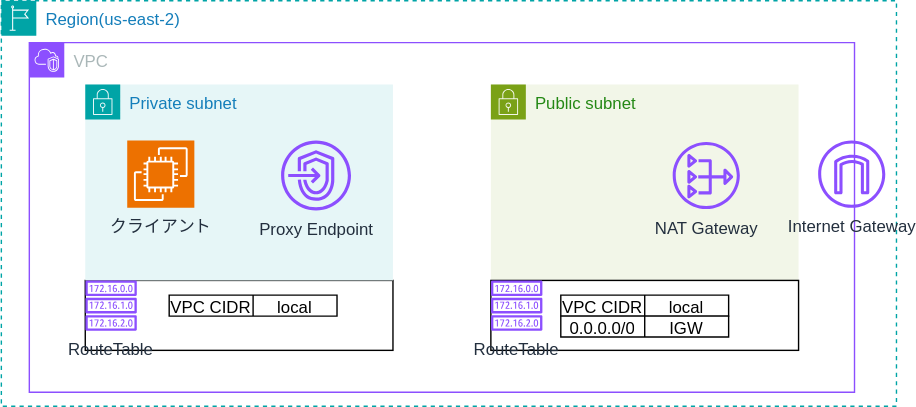
Earlier version of the draw.io export images/aws-managed-proxy/arch.drawio.svg (nnydtmg/zenn-articles). Source tidied: cells renumbered, new cells last; positions are measured from the earlier drawing's top-left corner, leaving out a move shared by most shapes. Its diagram source:
```xml
<mxGraphModel>
  <root>
    <mxCell id="0" />
    <mxCell id="1" parent="0" />
    <mxCell id="2" value="Region(us-east-2)" style="gradientColor=none;html=1;whiteSpace=wrap;fontSize=12;fontStyle=0;shape=mxgraph.aws4.group;grIcon=mxgraph.aws4.group_region;strokeColor=#00A4A6;fillColor=none;verticalAlign=top;align=left;spacingLeft=30;fontColor=#147EBA;dashed=1;" parent="1" vertex="1">
      <mxGeometry width="640" height="290" as="geometry" />
    </mxCell>
    <mxCell id="3" value="VPC" style="gradientColor=none;html=1;whiteSpace=wrap;fontSize=12;fontStyle=0;shape=mxgraph.aws4.group;grIcon=mxgraph.aws4.group_vpc2;strokeColor=#8C4FFF;fillColor=none;verticalAlign=top;align=left;spacingLeft=30;fontColor=#AAB7B8;dashed=0;" parent="1" vertex="1">
      <mxGeometry x="20" y="30" width="590" height="250" as="geometry" />
    </mxCell>
    <mxCell id="4" style="whiteSpace=wrap;html=1;" parent="3" vertex="1">
      <mxGeometry x="40" y="170" width="220" height="50" as="geometry" />
    </mxCell>
    <mxCell id="5" value="Public subnet" style="gradientColor=none;html=1;whiteSpace=wrap;fontSize=12;fontStyle=0;shape=mxgraph.aws4.group;grIcon=mxgraph.aws4.group_security_group;grStroke=0;strokeColor=#7AA116;fillColor=#F2F6E8;verticalAlign=top;align=left;spacingLeft=30;fontColor=#248814;dashed=0;" parent="3" vertex="1">
      <mxGeometry x="330" y="30" width="220" height="140" as="geometry" />
    </mxCell>
    <mxCell id="6" value="NAT Gateway" style="sketch=0;outlineConnect=0;fontColor=#232F3E;gradientColor=none;fillColor=#8C4FFF;strokeColor=none;dashed=0;verticalLabelPosition=bottom;verticalAlign=top;align=center;html=1;fontSize=12;fontStyle=0;shape=mxgraph.aws4.nat_gateway;" parent="5" vertex="1">
      <mxGeometry x="130" y="41" width="48" height="48" as="geometry" />
    </mxCell>
    <mxCell id="7" value="Private subnet" style="gradientColor=none;html=1;whiteSpace=wrap;fontSize=12;fontStyle=0;shape=mxgraph.aws4.group;grIcon=mxgraph.aws4.group_security_group;grStroke=0;strokeColor=#00A4A6;fillColor=#E6F6F7;verticalAlign=top;align=left;spacingLeft=30;fontColor=#147EBA;dashed=0;" parent="3" vertex="1">
      <mxGeometry x="40" y="30" width="220" height="140" as="geometry" />
    </mxCell>
    <mxCell id="8" value="クライアント" style="sketch=0;points=[[0,0,0],[0.25,0,0],[0.5,0,0],[0.75,0,0],[1,0,0],[0,1,0],[0.25,1,0],[0.5,1,0],[0.75,1,0],[1,1,0],[0,0.25,0],[0,0.5,0],[0,0.75,0],[1,0.25,0],[1,0.5,0],[1,0.75,0]];outlineConnect=0;fontColor=#232F3E;fillColor=#ED7100;strokeColor=#ffffff;dashed=0;verticalLabelPosition=bottom;verticalAlign=top;align=center;html=1;fontSize=12;fontStyle=0;shape=mxgraph.aws4.resourceIcon;resIcon=mxgraph.aws4.ec2;" parent="7" vertex="1">
      <mxGeometry x="30" y="40" width="48" height="48" as="geometry" />
    </mxCell>
    <mxCell id="9" value="Proxy Endpoint" style="sketch=0;outlineConnect=0;fontColor=#232F3E;gradientColor=none;fillColor=#8C4FFF;strokeColor=none;dashed=0;verticalLabelPosition=bottom;verticalAlign=top;align=center;html=1;fontSize=12;fontStyle=0;shape=mxgraph.aws4.endpoints;" parent="7" vertex="1">
      <mxGeometry x="140" y="40" width="50" height="50" as="geometry" />
    </mxCell>
    <mxCell id="10" style="whiteSpace=wrap;html=1;" parent="3" vertex="1">
      <mxGeometry x="330" y="170" width="220" height="50" as="geometry" />
    </mxCell>
    <mxCell id="11" value="RouteTable" style="sketch=0;fontColor=#232F3E;gradientColor=none;fillColor=#8C4FFF;strokeColor=none;dashed=0;verticalLabelPosition=bottom;verticalAlign=top;align=center;html=1;fontSize=12;fontStyle=0;shape=mxgraph.aws4.route_table;" parent="3" vertex="1">
      <mxGeometry x="330" y="170" width="37" height="36" as="geometry" />
    </mxCell>
    <mxCell id="12" value="RouteTable" style="sketch=0;fontColor=#232F3E;gradientColor=none;fillColor=#8C4FFF;strokeColor=none;dashed=0;verticalLabelPosition=bottom;verticalAlign=top;align=center;html=1;fontSize=12;fontStyle=0;shape=mxgraph.aws4.route_table;" parent="3" vertex="1">
      <mxGeometry x="40" y="170" width="37" height="36" as="geometry" />
    </mxCell>
    <mxCell id="13" value="Internet Gateway" style="sketch=0;outlineConnect=0;fontColor=#232F3E;gradientColor=none;fillColor=#8C4FFF;strokeColor=none;dashed=0;verticalLabelPosition=bottom;verticalAlign=top;align=center;html=1;fontSize=12;fontStyle=0;shape=mxgraph.aws4.internet_gateway;" parent="3" vertex="1">
      <mxGeometry x="564" y="70" width="48" height="48" as="geometry" />
    </mxCell>
    <mxCell id="14" style="shape=table;startSize=0;" parent="3" vertex="1">
      <mxGeometry x="100" y="180.5" width="120" height="15" as="geometry" />
    </mxCell>
    <mxCell id="15" style="shape=tableRow;horizontal=0;startSize=0;swimlaneHead=0;swimlaneBody=0;strokeColor=inherit;top=0;left=0;bottom=0;right=0;fillColor=none;" parent="14" vertex="1">
      <mxGeometry width="120" height="15" as="geometry" />
    </mxCell>
    <mxCell id="16" value="VPC CIDR" style="shape=partialRectangle;html=1;whiteSpace=wrap;strokeColor=inherit;overflow=hidden;fillColor=none;top=0;left=0;bottom=0;right=0;" parent="15" vertex="1">
      <mxGeometry width="60" height="15" as="geometry" />
    </mxCell>
    <mxCell id="17" value="local" style="shape=partialRectangle;html=1;whiteSpace=wrap;strokeColor=inherit;overflow=hidden;fillColor=none;top=0;left=0;bottom=0;right=0;" parent="15" vertex="1">
      <mxGeometry x="60" width="60" height="15" as="geometry" />
    </mxCell>
    <mxCell id="18" style="shape=table;startSize=0;" parent="3" vertex="1">
      <mxGeometry x="380" y="180.5" width="120" height="15" as="geometry" />
    </mxCell>
    <mxCell id="19" style="shape=tableRow;horizontal=0;startSize=0;swimlaneHead=0;swimlaneBody=0;strokeColor=inherit;top=0;left=0;bottom=0;right=0;fillColor=none;" parent="18" vertex="1">
      <mxGeometry width="120" height="15" as="geometry" />
    </mxCell>
    <mxCell id="20" value="VPC CIDR" style="shape=partialRectangle;html=1;whiteSpace=wrap;strokeColor=inherit;overflow=hidden;fillColor=none;top=0;left=0;bottom=0;right=0;" parent="19" vertex="1">
      <mxGeometry width="60" height="15" as="geometry" />
    </mxCell>
    <mxCell id="21" value="local" style="shape=partialRectangle;html=1;whiteSpace=wrap;strokeColor=inherit;overflow=hidden;fillColor=none;top=0;left=0;bottom=0;right=0;" parent="19" vertex="1">
      <mxGeometry x="60" width="60" height="15" as="geometry" />
    </mxCell>
    <mxCell id="22" style="shape=table;startSize=0;" parent="3" vertex="1">
      <mxGeometry x="380" y="195.5" width="120" height="15" as="geometry" />
    </mxCell>
    <mxCell id="23" style="shape=tableRow;horizontal=0;startSize=0;swimlaneHead=0;swimlaneBody=0;strokeColor=inherit;top=0;left=0;bottom=0;right=0;fillColor=none;" parent="22" vertex="1">
      <mxGeometry width="120" height="15" as="geometry" />
    </mxCell>
    <mxCell id="24" value="0.0.0.0/0" style="shape=partialRectangle;html=1;whiteSpace=wrap;strokeColor=inherit;overflow=hidden;fillColor=none;top=0;left=0;bottom=0;right=0;" parent="23" vertex="1">
      <mxGeometry width="60" height="15" as="geometry" />
    </mxCell>
    <mxCell id="25" value="IGW" style="shape=partialRectangle;html=1;whiteSpace=wrap;strokeColor=inherit;overflow=hidden;fillColor=none;top=0;left=0;bottom=0;right=0;" parent="23" vertex="1">
      <mxGeometry x="60" width="60" height="15" as="geometry" />
    </mxCell>
  </root>
</mxGraphModel>
```
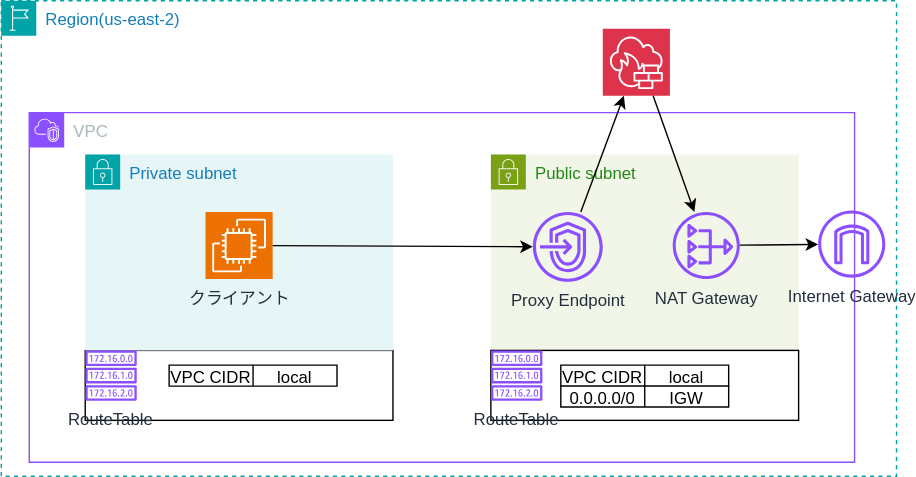
Later version of the same file.

Commit message:
構成図更新

What changed in the source:
```diff
@@ -3,8 +3,11 @@
     <mxCell id="0" />
     <mxCell id="1" parent="0" />
     <mxCell id="2" value="Region(us-east-2)" style="gradientColor=none;html=1;whiteSpace=wrap;fontSize=12;fontStyle=0;shape=mxgraph.aws4.group;grIcon=mxgraph.aws4.group_region;strokeColor=#00A4A6;fillColor=none;verticalAlign=top;align=left;spacingLeft=30;fontColor=#147EBA;dashed=1;" parent="1" vertex="1">
-      <mxGeometry width="640" height="290" as="geometry" />
+      <mxGeometry y="-50" width="640" height="340" as="geometry" />
     </mxCell>
+    <mxCell id="26" style="sketch=0;points=[[0,0,0],[0.25,0,0],[0.5,0,0],[0.75,0,0],[1,0,0],[0,1,0],[0.25,1,0],[0.5,1,0],[0.75,1,0],[1,1,0],[0,0.25,0],[0,0.5,0],[0,0.75,0],[1,0.25,0],[1,0.5,0],[1,0.75,0]];outlineConnect=0;fontColor=#232F3E;fillColor=#DD344C;strokeColor=#ffffff;dashed=0;verticalLabelPosition=bottom;verticalAlign=top;align=center;html=1;fontSize=12;fontStyle=0;shape=mxgraph.aws4.resourceIcon;resIcon=mxgraph.aws4.network_firewall;" parent="2" vertex="1">
+      <mxGeometry x="430" y="20" width="48" height="48" as="geometry" />
+    </mxCell>
     <mxCell id="3" value="VPC" style="gradientColor=none;html=1;whiteSpace=wrap;fontSize=12;fontStyle=0;shape=mxgraph.aws4.group;grIcon=mxgraph.aws4.group_vpc2;strokeColor=#8C4FFF;fillColor=none;verticalAlign=top;align=left;spacingLeft=30;fontColor=#AAB7B8;dashed=0;" parent="1" vertex="1">
       <mxGeometry x="20" y="30" width="590" height="250" as="geometry" />
     </mxCell>
@@ -17,15 +20,15 @@
     <mxCell id="6" value="NAT Gateway" style="sketch=0;outlineConnect=0;fontColor=#232F3E;gradientColor=none;fillColor=#8C4FFF;strokeColor=none;dashed=0;verticalLabelPosition=bottom;verticalAlign=top;align=center;html=1;fontSize=12;fontStyle=0;shape=mxgraph.aws4.nat_gateway;" parent="5" vertex="1">
       <mxGeometry x="130" y="41" width="48" height="48" as="geometry" />
     </mxCell>
+    <mxCell id="9" value="Proxy Endpoint" style="sketch=0;outlineConnect=0;fontColor=#232F3E;gradientColor=none;fillColor=#8C4FFF;strokeColor=none;dashed=0;verticalLabelPosition=bottom;verticalAlign=top;align=center;html=1;fontSize=12;fontStyle=0;shape=mxgraph.aws4.endpoints;" parent="5" vertex="1">
+      <mxGeometry x="30" y="41" width="50" height="50" as="geometry" />
+    </mxCell>
     <mxCell id="7" value="Private subnet" style="gradientColor=none;html=1;whiteSpace=wrap;fontSize=12;fontStyle=0;shape=mxgraph.aws4.group;grIcon=mxgraph.aws4.group_security_group;grStroke=0;strokeColor=#00A4A6;fillColor=#E6F6F7;verticalAlign=top;align=left;spacingLeft=30;fontColor=#147EBA;dashed=0;" parent="3" vertex="1">
       <mxGeometry x="40" y="30" width="220" height="140" as="geometry" />
     </mxCell>
     <mxCell id="8" value="クライアント" style="sketch=0;points=[[0,0,0],[0.25,0,0],[0.5,0,0],[0.75,0,0],[1,0,0],[0,1,0],[0.25,1,0],[0.5,1,0],[0.75,1,0],[1,1,0],[0,0.25,0],[0,0.5,0],[0,0.75,0],[1,0.25,0],[1,0.5,0],[1,0.75,0]];outlineConnect=0;fontColor=#232F3E;fillColor=#ED7100;strokeColor=#ffffff;dashed=0;verticalLabelPosition=bottom;verticalAlign=top;align=center;html=1;fontSize=12;fontStyle=0;shape=mxgraph.aws4.resourceIcon;resIcon=mxgraph.aws4.ec2;" parent="7" vertex="1">
-      <mxGeometry x="30" y="40" width="48" height="48" as="geometry" />
+      <mxGeometry x="86" y="41" width="48" height="48" as="geometry" />
     </mxCell>
-    <mxCell id="9" value="Proxy Endpoint" style="sketch=0;outlineConnect=0;fontColor=#232F3E;gradientColor=none;fillColor=#8C4FFF;strokeColor=none;dashed=0;verticalLabelPosition=bottom;verticalAlign=top;align=center;html=1;fontSize=12;fontStyle=0;shape=mxgraph.aws4.endpoints;" parent="7" vertex="1">
-      <mxGeometry x="140" y="40" width="50" height="50" as="geometry" />
-    </mxCell>
     <mxCell id="10" style="whiteSpace=wrap;html=1;" parent="3" vertex="1">
       <mxGeometry x="330" y="170" width="220" height="50" as="geometry" />
     </mxCell>
@@ -74,5 +77,17 @@
     <mxCell id="25" value="IGW" style="shape=partialRectangle;html=1;whiteSpace=wrap;strokeColor=inherit;overflow=hidden;fillColor=none;top=0;left=0;bottom=0;right=0;" parent="23" vertex="1">
       <mxGeometry x="60" width="60" height="15" as="geometry" />
     </mxCell>
+    <mxCell id="27" style="edgeStyle=none;html=1;" parent="3" edge="1" source="8" target="9">
+      <mxGeometry relative="1" as="geometry" />
+    </mxCell>
+    <mxCell id="28" style="edgeStyle=none;html=1;" parent="3" edge="1" source="6" target="13">
+      <mxGeometry relative="1" as="geometry" />
+    </mxCell>
+    <mxCell id="29" style="edgeStyle=none;html=1;" parent="1" edge="1" source="9" target="26">
+      <mxGeometry relative="1" as="geometry" />
+    </mxCell>
+    <mxCell id="30" style="edgeStyle=none;html=1;exitX=0.75;exitY=1;exitDx=0;exitDy=0;exitPerimeter=0;" parent="1" edge="1" source="26" target="6">
+      <mxGeometry relative="1" as="geometry" />
+    </mxCell>
   </root>
 </mxGraphModel>
```
